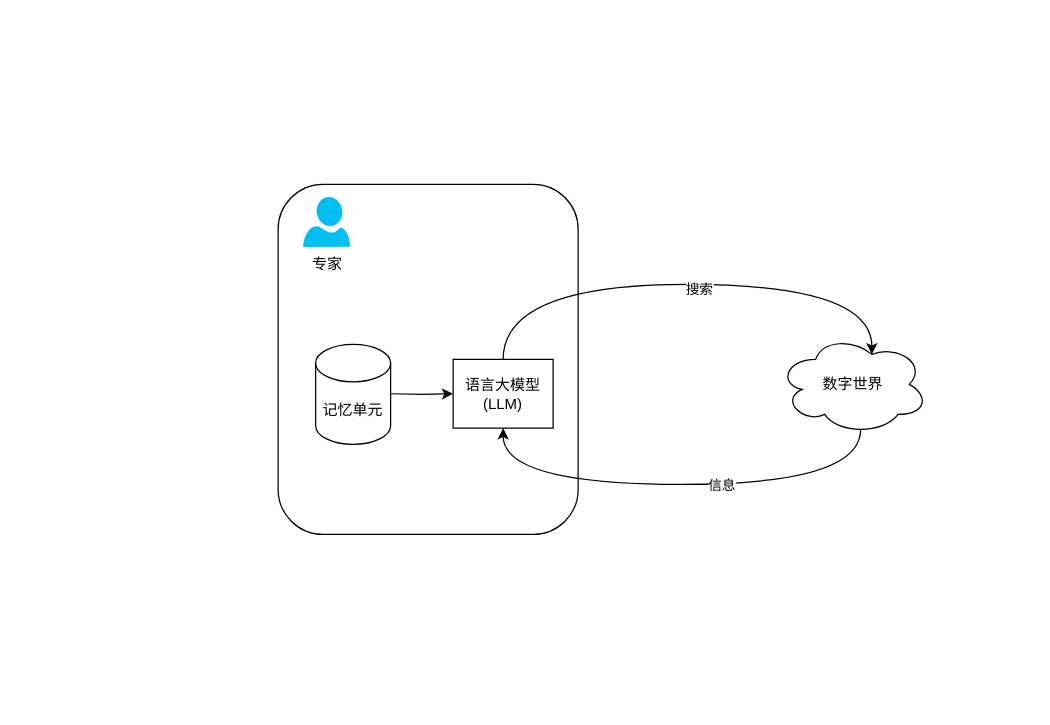
Earlier version of the draw.io diagram 未命名绘图.drawio (YuweiZeng/diagram). Source tidied: cells renumbered, new cells numbered last; positions are measured from the earlier drawing's top-left corner, leaving out a move shared by most shapes. Both pictures are drawn from the tidied source at 125%, with x=0, y=0 at pixel (278, 184).
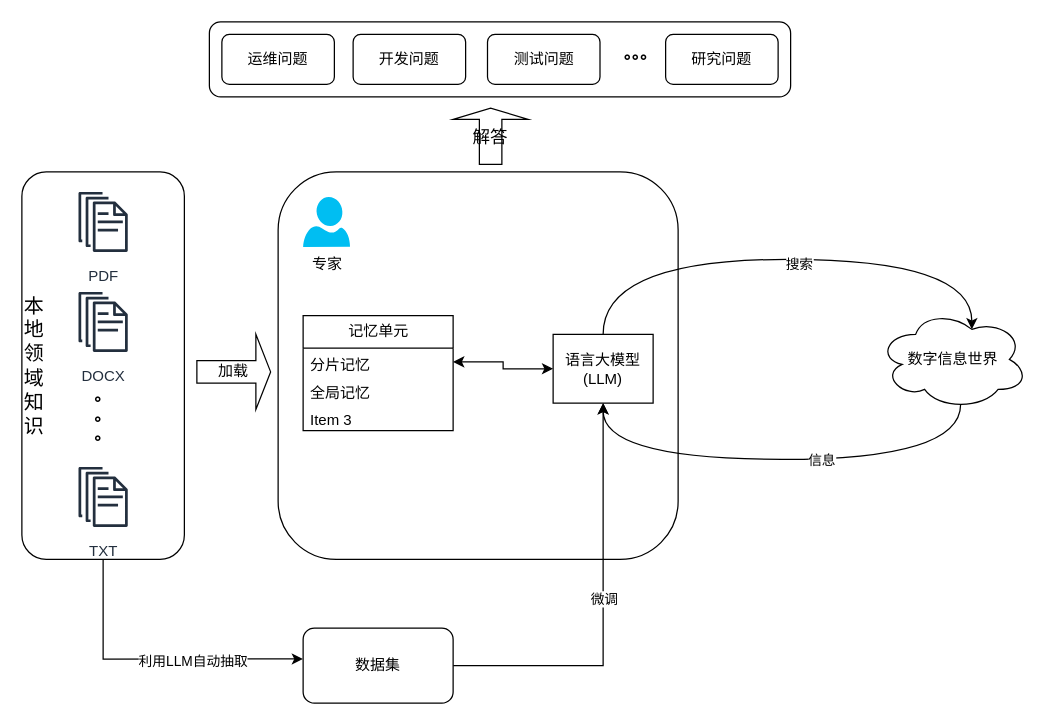
The same diagram, later.

Diff of the diagram source:
```diff
@@
+    <mxCell id="12" style="edgeStyle=orthogonalEdgeStyle;rounded=0;jettySize=auto;html=1;entryX=-0.001;entryY=0.411;entryDx=0;entryDy=0;exitX=0.5;exitY=1;exitDx=0;exitDy=0;entryPerimeter=0;" parent="1" edge="1" source="14" target="33">
+      <mxGeometry relative="1" as="geometry">
+        <Array as="points">
+          <mxPoint x="-140" y="380" />
+        </Array>
+      </mxGeometry>
+    </mxCell>
+    <mxCell id="13" value="利用LLM自动抽取" style="edgeLabel;html=1;align=center;verticalAlign=middle;" parent="12" vertex="1">
+      <mxGeometry x="0.39" relative="1" as="geometry">
+        <mxPoint x="-16" y="2" as="offset" />
+      </mxGeometry>
+    </mxCell>
+    <mxCell id="14" value="&lt;font style=&quot;font-size: 16px;&quot;&gt;本&lt;br&gt;地&lt;br&gt;领&lt;br&gt;域&lt;br&gt;知&lt;br&gt;&lt;/font&gt;&lt;div style=&quot;font-size: 16px;&quot;&gt;&lt;span style=&quot;background-color: initial;&quot;&gt;&lt;font style=&quot;font-size: 16px;&quot;&gt;识&lt;/font&gt;&lt;/span&gt;&lt;/div&gt;" style="rounded=1;whiteSpace=wrap;html=1;rotation=0;align=left;" parent="1" vertex="1">
+      <mxGeometry x="-205" y="-10" width="130" height="310" as="geometry" />
+    </mxCell>
     <mxCell id="2" style="rounded=1;whiteSpace=wrap;html=1;" parent="1" vertex="1">
-      <mxGeometry width="240" height="280" as="geometry" />
+      <mxGeometry y="-10" width="320" height="310" as="geometry" />
     </mxCell>
     <mxCell id="3" style="edgeStyle=orthogonalEdgeStyle;curved=1;rounded=0;jettySize=auto;html=1;exitX=0.5;exitY=0;exitDx=0;exitDy=0;entryX=0.625;entryY=0.2;entryDx=0;entryDy=0;entryPerimeter=0;" parent="1" edge="1" source="5" target="9">
       <mxGeometry relative="1" as="geometry">
         <Array as="points">
-          <mxPoint x="180" y="80" />
-          <mxPoint x="475" y="80" />
+          <mxPoint x="260" y="60" />
+          <mxPoint x="555" y="60" />
         </Array>
       </mxGeometry>
     </mxCell>
@@
     <mxCell id="5" value="语言大模型&lt;br&gt;(LLM)" style="rounded=0;whiteSpace=wrap;html=1;" parent="1" vertex="1">
-      <mxGeometry x="140" y="140" width="80" height="55" as="geometry" />
+      <mxGeometry x="220" y="120" width="80" height="55" as="geometry" />
     </mxCell>
-    <mxCell id="6" style="edgeStyle=orthogonalEdgeStyle;rounded=0;jettySize=auto;html=1;exitX=0;exitY=0;exitDx=60;exitDy=47.5;exitPerimeter=0;entryX=0;entryY=0.5;entryDx=0;entryDy=0;" parent="1" edge="1" target="5">
-      <mxGeometry relative="1" as="geometry">
-        <mxPoint x="90" y="167.5" as="sourcePoint" />
-      </mxGeometry>
-    </mxCell>
     <mxCell id="7" style="edgeStyle=orthogonalEdgeStyle;curved=1;rounded=0;jettySize=auto;html=1;exitX=0.55;exitY=0.95;exitDx=0;exitDy=0;exitPerimeter=0;entryX=0.5;entryY=1;entryDx=0;entryDy=0;" parent="1" edge="1" source="9" target="5">
       <mxGeometry relative="1" as="geometry">
         <Array as="points">
-          <mxPoint x="466" y="240" />
-          <mxPoint x="180" y="240" />
+          <mxPoint x="546" y="220" />
+          <mxPoint x="260" y="220" />
         </Array>
       </mxGeometry>
     </mxCell>
@@
-    <mxCell id="9" value="数字世界" style="ellipse;shape=cloud;whiteSpace=wrap;html=1;" parent="1" vertex="1">
-      <mxGeometry x="400" y="120" width="120" height="80" as="geometry" />
+    <mxCell id="9" value="数字信息世界" style="ellipse;shape=cloud;whiteSpace=wrap;html=1;" parent="1" vertex="1">
+      <mxGeometry x="480" y="100" width="120" height="80" as="geometry" />
     </mxCell>
+    <mxCell id="11" value="专家" style="verticalLabelPosition=bottom;html=1;verticalAlign=top;align=center;strokeColor=none;fillColor=#00BEF2;shape=mxgraph.azure.user;" parent="1" vertex="1">
+      <mxGeometry x="20" y="10" width="37.5" height="40" as="geometry" />
+    </mxCell>
+    <mxCell id="15" value="PDF" style="sketch=0;fontColor=#232F3E;gradientColor=none;strokeColor=#232F3E;fillColor=#ffffff;dashed=0;verticalLabelPosition=bottom;verticalAlign=top;align=center;html=1;fontSize=12;fontStyle=0;shape=mxgraph.aws4.resourceIcon;resIcon=mxgraph.aws4.documents;" parent="1" vertex="1">
+      <mxGeometry x="-170" width="60" height="60" as="geometry" />
+    </mxCell>
+    <mxCell id="16" value="DOCX" style="sketch=0;fontColor=#232F3E;gradientColor=none;strokeColor=#232F3E;fillColor=#ffffff;dashed=0;verticalLabelPosition=bottom;verticalAlign=top;align=center;html=1;fontSize=12;fontStyle=0;shape=mxgraph.aws4.resourceIcon;resIcon=mxgraph.aws4.documents;" parent="1" vertex="1">
+      <mxGeometry x="-170" y="80" width="60" height="60" as="geometry" />
+    </mxCell>
+    <mxCell id="17" value="TXT" style="sketch=0;fontColor=#232F3E;gradientColor=none;strokeColor=#232F3E;fillColor=#ffffff;dashed=0;verticalLabelPosition=bottom;verticalAlign=top;align=center;html=1;fontSize=12;fontStyle=0;shape=mxgraph.aws4.resourceIcon;resIcon=mxgraph.aws4.documents;" parent="1" vertex="1">
+      <mxGeometry x="-170" y="220" width="60" height="60" as="geometry" />
+    </mxCell>
-    <mxCell id="10" value="记忆单元" style="shape=cylinder3;whiteSpace=wrap;html=1;boundedLbl=1;backgroundOutline=1;size=15;" parent="1" vertex="1">
-      <mxGeometry x="30" y="128" width="60" height="80" as="geometry" />
+    <mxCell id="10" value="记忆单元" style="swimlane;fontStyle=0;horizontal=1;startSize=26;fillColor=none;html=1;" parent="1" vertex="1">
+      <mxGeometry x="20" y="105" width="120" height="92" as="geometry" />
     </mxCell>
-    <mxCell id="11" value="专家" style="verticalLabelPosition=bottom;html=1;verticalAlign=top;align=center;strokeColor=none;fillColor=#00BEF2;shape=mxgraph.azure.user;" parent="1" vertex="1">
-      <mxGeometry x="20" y="10" width="37.5" height="40" as="geometry" />
-    </mxCell>
+    <mxCell id="18" value="分片记忆" style="text;strokeColor=none;fillColor=none;align=left;verticalAlign=top;spacingLeft=4;spacingRight=4;overflow=hidden;points=[[0,0.5],[1,0.5]];portConstraint=eastwest;whiteSpace=wrap;html=1;" parent="10" vertex="1">
+      <mxGeometry y="26" width="120" height="22" as="geometry" />
+    </mxCell>
+    <mxCell id="19" value="全局记忆" style="text;strokeColor=none;fillColor=none;align=left;verticalAlign=top;spacingLeft=4;spacingRight=4;overflow=hidden;whiteSpace=wrap;html=1;" parent="10" vertex="1">
+      <mxGeometry y="48" width="120" height="22" as="geometry" />
+    </mxCell>
+    <mxCell id="20" value="Item 3" style="text;strokeColor=none;fillColor=none;align=left;verticalAlign=top;spacingLeft=4;spacingRight=4;overflow=hidden;whiteSpace=wrap;html=1;" parent="10" vertex="1">
+      <mxGeometry y="70" width="120" height="22" as="geometry" />
+    </mxCell>
+    <mxCell id="21" style="rounded=1;whiteSpace=wrap;html=1;" parent="1" vertex="1">
+      <mxGeometry x="-55" y="-130" width="465" height="60" as="geometry" />
+    </mxCell>
+    <mxCell id="22" value="&lt;font style=&quot;font-size: 13px;&quot;&gt;&lt;b&gt;。&lt;br&gt;。&lt;br&gt;。&lt;/b&gt;&lt;/font&gt;" style="text;strokeColor=none;align=center;fillColor=none;html=1;verticalAlign=middle;whiteSpace=wrap;rounded=0;" parent="1" vertex="1">
+      <mxGeometry x="-170" y="160" width="60" height="50" as="geometry" />
+    </mxCell>
+    <mxCell id="23" value="运维问题" style="rounded=1;whiteSpace=wrap;html=1;" parent="1" vertex="1">
+      <mxGeometry x="-45" y="-120" width="90" height="40" as="geometry" />
+    </mxCell>
+    <mxCell id="24" value="开发问题" style="rounded=1;whiteSpace=wrap;html=1;" parent="1" vertex="1">
+      <mxGeometry x="60" y="-120" width="90" height="40" as="geometry" />
+    </mxCell>
+    <mxCell id="25" value="加载" style="shape=singleArrow;whiteSpace=wrap;html=1;" parent="1" vertex="1">
+      <mxGeometry x="-65" y="120" width="59" height="60" as="geometry" />
+    </mxCell>
+    <mxCell id="26" value="研究问题" style="rounded=1;whiteSpace=wrap;html=1;" parent="1" vertex="1">
+      <mxGeometry x="310" y="-120" width="90" height="40" as="geometry" />
+    </mxCell>
+    <mxCell id="27" value="测试问题" style="rounded=1;whiteSpace=wrap;html=1;" parent="1" vertex="1">
+      <mxGeometry x="167.5" y="-120" width="90" height="40" as="geometry" />
+    </mxCell>
+    <mxCell id="28" value="&lt;font style=&quot;font-size: 13px;&quot;&gt;&lt;b&gt;。。。&lt;/b&gt;&lt;/font&gt;" style="text;strokeColor=none;align=center;fillColor=none;html=1;verticalAlign=middle;whiteSpace=wrap;rounded=0;" parent="1" vertex="1">
+      <mxGeometry x="260" y="-130" width="60" height="50" as="geometry" />
+    </mxCell>
+    <mxCell id="29" value="&lt;font style=&quot;font-size: 14px;&quot;&gt;解答&lt;/font&gt;" style="shape=singleArrow;direction=north;whiteSpace=wrap;html=1;" parent="1" vertex="1">
+      <mxGeometry x="140" y="-61" width="60" height="45" as="geometry" />
+    </mxCell>
+    <mxCell id="30" style="edgeStyle=orthogonalEdgeStyle;rounded=0;jettySize=auto;html=1;exitX=1;exitY=0.5;exitDx=0;exitDy=0;entryX=0;entryY=0.5;entryDx=0;entryDy=0;startArrow=classic;startFill=1;" parent="1" edge="1" source="18" target="5">
+      <mxGeometry relative="1" as="geometry" />
+    </mxCell>
+    <mxCell id="31" style="edgeStyle=orthogonalEdgeStyle;rounded=0;jettySize=auto;html=1;entryX=0.5;entryY=1;entryDx=0;entryDy=0;" parent="1" edge="1" source="33" target="5">
+      <mxGeometry relative="1" as="geometry" />
+    </mxCell>
+    <mxCell id="32" value="微调" style="edgeLabel;html=1;align=center;verticalAlign=middle;" parent="31" vertex="1">
+      <mxGeometry x="-0.38" y="-1" relative="1" as="geometry">
+        <mxPoint x="18" y="-55" as="offset" />
+      </mxGeometry>
+    </mxCell>
+    <mxCell id="33" value="数据集" style="rounded=1;whiteSpace=wrap;html=1;" parent="1" vertex="1">
+      <mxGeometry x="20" y="355" width="120" height="60" as="geometry" />
+    </mxCell>
```
